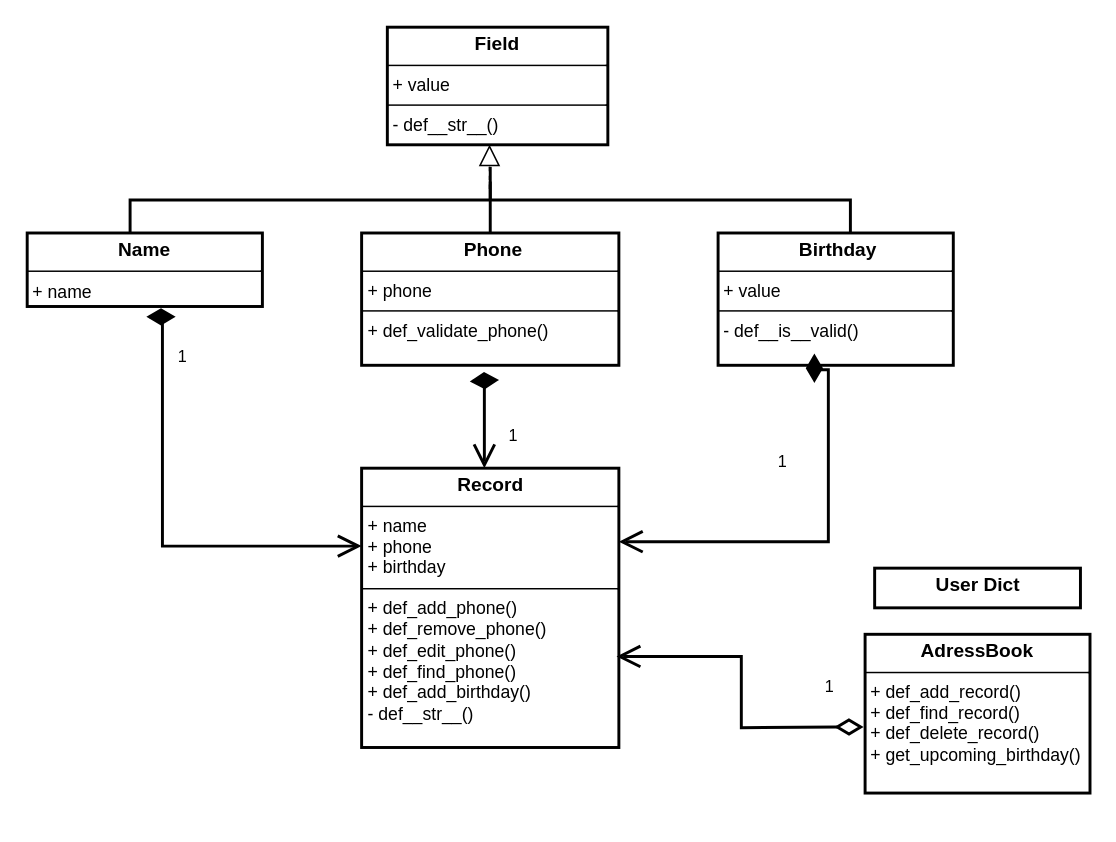
Before: GOIT-ALGO-HW-05/GOIT-ALGO-HW-07/Диаграмма без названия.drawio in AlinaRybchuk/GOIT-AlGO-HW-3, a draw.io diagram. Source tidied: cells renumbered, new cells numbered last; positions are measured from the earlier drawing's top-left corner, leaving out a move shared by most shapes. Both pictures are drawn from the tidied source at 147%, with x=0, y=0 at pixel (26, 26).
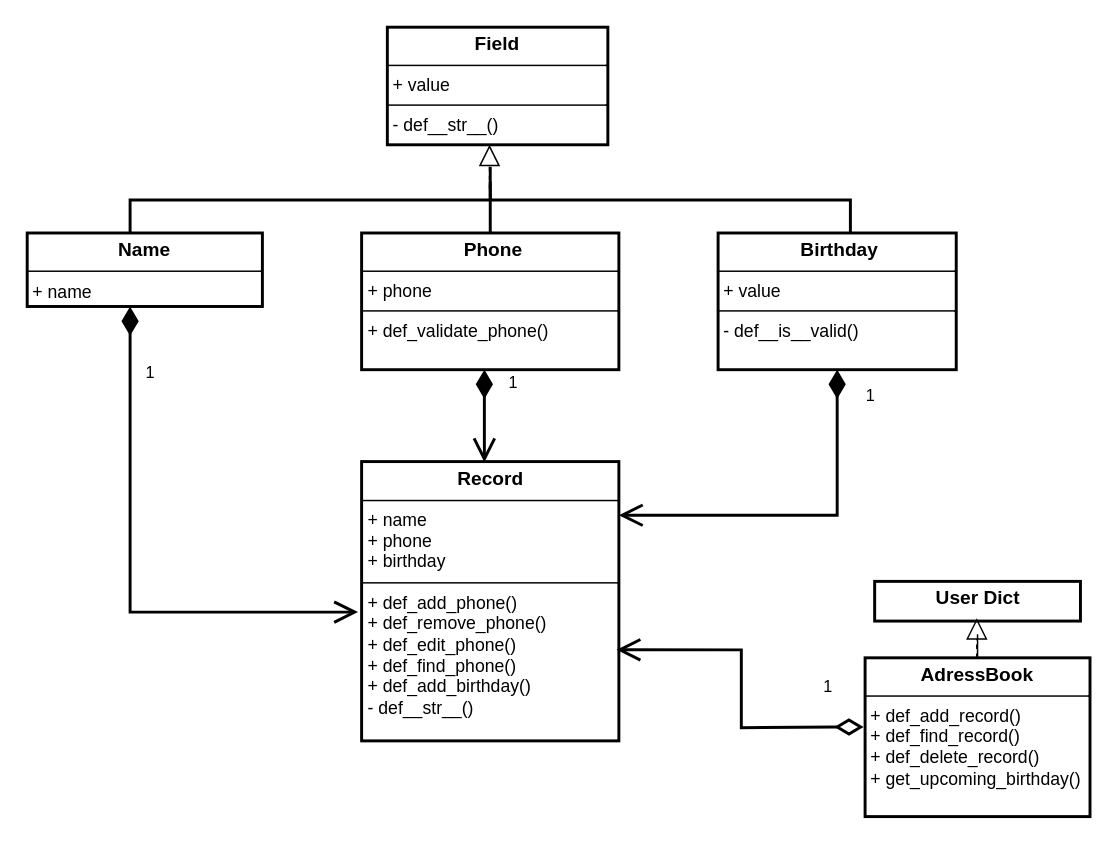
The same page after the edit.

Commit message:
UML_Diagram_Class

Change to the diagram source:
```diff
@@
     <mxCell id="5" value="&lt;p style=&quot;margin:0px;margin-top:4px;text-align:center;&quot;&gt;&lt;b style=&quot;font-size: 13px;&quot;&gt;&amp;nbsp;Phone&lt;/b&gt;&lt;/p&gt;&lt;hr size=&quot;1&quot; style=&quot;border-style:solid;&quot;&gt;&lt;p style=&quot;margin:0px;margin-left:4px;&quot;&gt;+ phone&lt;/p&gt;&lt;hr size=&quot;1&quot; style=&quot;border-style:solid;&quot;&gt;&lt;p style=&quot;margin:0px;margin-left:4px;&quot;&gt;+ def_validate_phone()&lt;/p&gt;" style="verticalAlign=top;align=left;overflow=fill;html=1;whiteSpace=wrap;strokeWidth=2;" parent="1" vertex="1">
-      <mxGeometry x="227.5" y="140" width="175" height="90" as="geometry" />
+      <mxGeometry x="227.5" y="140" width="175" height="93" as="geometry" />
     </mxCell>
     <mxCell id="6" value="&lt;p style=&quot;margin:0px;margin-top:4px;text-align:center;&quot;&gt;&lt;b style=&quot;font-size: 13px;&quot;&gt;&amp;nbsp;Birthday&lt;/b&gt;&lt;/p&gt;&lt;hr size=&quot;1&quot; style=&quot;border-style:solid;&quot;&gt;&lt;p style=&quot;margin:0px;margin-left:4px;&quot;&gt;+ value&lt;/p&gt;&lt;hr size=&quot;1&quot; style=&quot;border-style:solid;&quot;&gt;&lt;p style=&quot;margin:0px;margin-left:4px;&quot;&gt;- def__is__valid()&lt;/p&gt;" style="verticalAlign=top;align=left;overflow=fill;html=1;whiteSpace=wrap;strokeWidth=2;" parent="1" vertex="1">
-      <mxGeometry x="470" y="140" width="160" height="90" as="geometry" />
+      <mxGeometry x="470" y="140" width="162" height="93" as="geometry" />
     </mxCell>
@@
     <mxCell id="10" value="&lt;p style=&quot;margin:0px;margin-top:4px;text-align:center;&quot;&gt;&lt;b style=&quot;font-size: 13px;&quot;&gt;Record&lt;/b&gt;&lt;/p&gt;&lt;hr size=&quot;1&quot; style=&quot;border-style:solid;&quot;&gt;&lt;p style=&quot;margin:0px;margin-left:4px;&quot;&gt;+ name&lt;/p&gt;&lt;p style=&quot;margin:0px;margin-left:4px;&quot;&gt;+ phone&lt;/p&gt;&lt;p style=&quot;margin:0px;margin-left:4px;&quot;&gt;+ birthday&lt;/p&gt;&lt;hr size=&quot;1&quot; style=&quot;border-style:solid;&quot;&gt;&lt;p style=&quot;margin:0px;margin-left:4px;&quot;&gt;+ def_add_phone()&lt;/p&gt;&lt;p style=&quot;margin:0px;margin-left:4px;&quot;&gt;+ def_remove_phone()&lt;/p&gt;&lt;p style=&quot;margin:0px;margin-left:4px;&quot;&gt;+ def_edit_phone()&lt;/p&gt;&lt;p style=&quot;margin:0px;margin-left:4px;&quot;&gt;+ def_find_phone()&lt;/p&gt;&lt;p style=&quot;margin:0px;margin-left:4px;&quot;&gt;+ def_add_birthday()&lt;/p&gt;&lt;p style=&quot;margin:0px;margin-left:4px;&quot;&gt;- def__str__()&lt;/p&gt;" style="verticalAlign=top;align=left;overflow=fill;html=1;whiteSpace=wrap;strokeWidth=2;" parent="1" vertex="1">
-      <mxGeometry x="227.5" y="300" width="175" height="190" as="geometry" />
+      <mxGeometry x="227.5" y="295.5" width="175" height="190" as="geometry" />
     </mxCell>
-    <mxCell id="11" value="1" style="endArrow=open;html=1;endSize=12;startArrow=diamondThin;startSize=14;startFill=1;edgeStyle=orthogonalEdgeStyle;align=left;verticalAlign=bottom;rounded=0;strokeWidth=2;" parent="1" edge="1">
-      <mxGeometry x="0.62" y="15" relative="1" as="geometry">
-        <mxPoint x="321" y="240" as="sourcePoint" />
-        <mxPoint x="311" y="300" as="targetPoint" />
-      </mxGeometry>
-    </mxCell>
-    <mxCell id="12" value="1" style="endArrow=open;html=1;endSize=12;startArrow=diamondThin;startSize=14;startFill=1;edgeStyle=orthogonalEdgeStyle;align=left;verticalAlign=bottom;rounded=0;strokeWidth=2;" parent="1" edge="1">
-      <mxGeometry x="0.24" y="-45" relative="1" as="geometry">
-        <mxPoint x="535.5" y="242" as="sourcePoint" />
-        <mxPoint x="402.5" y="350" as="targetPoint" />
-        <Array as="points">
-          <mxPoint x="536" y="233" />
-          <mxPoint x="545" y="233" />
-          <mxPoint x="545" y="350" />
-        </Array>
-      </mxGeometry>
-    </mxCell>
-    <mxCell id="13" value="1" style="endArrow=open;html=1;endSize=12;startArrow=diamondThin;startSize=14;startFill=1;edgeStyle=orthogonalEdgeStyle;align=left;verticalAlign=bottom;rounded=0;strokeWidth=2;" parent="1" edge="1" target="10">
+    <mxCell id="13" value="1" style="endArrow=open;html=1;endSize=12;startArrow=diamondThin;startSize=14;startFill=1;edgeStyle=orthogonalEdgeStyle;align=left;verticalAlign=bottom;rounded=0;strokeWidth=2;entryX=-0.014;entryY=0.539;entryDx=0;entryDy=0;entryPerimeter=0;" parent="1" edge="1" target="10">
       <mxGeometry x="-0.7" y="9" relative="1" as="geometry">
-        <mxPoint x="101" y="197" as="sourcePoint" />
+        <mxPoint x="70" y="190" as="sourcePoint" />
         <Array as="points">
-          <mxPoint x="92" y="197" />
-          <mxPoint x="92" y="353" />
+          <mxPoint x="70" y="398" />
         </Array>
       </mxGeometry>
     </mxCell>
     <mxCell id="14" value="&lt;p style=&quot;margin:0px;margin-top:4px;text-align:center;&quot;&gt;&lt;b style=&quot;font-size: 13px;&quot;&gt;AdressBook&lt;/b&gt;&lt;/p&gt;&lt;hr size=&quot;1&quot; style=&quot;border-style:solid;&quot;&gt;&lt;p style=&quot;margin:0px;margin-left:4px;&quot;&gt;+ def_add_record()&lt;/p&gt;&lt;p style=&quot;margin:0px;margin-left:4px;&quot;&gt;+ def_find_record()&lt;/p&gt;&lt;p style=&quot;margin:0px;margin-left:4px;&quot;&gt;+ def_delete_record()&lt;br&gt;+ get_upcoming_birthday()&lt;/p&gt;" style="verticalAlign=top;align=left;overflow=fill;html=1;whiteSpace=wrap;strokeWidth=2;" parent="1" vertex="1">
-      <mxGeometry x="570" y="413" width="153" height="108" as="geometry" />
+      <mxGeometry x="570" y="429" width="153" height="108" as="geometry" />
     </mxCell>
     <mxCell id="15" value="&lt;p style=&quot;margin:0px;margin-top:4px;text-align:center;&quot;&gt;&lt;b style=&quot;font-size: 13px;&quot;&gt;User Dict&lt;/b&gt;&lt;/p&gt;&lt;p style=&quot;margin:0px;margin-top:4px;text-align:center;&quot;&gt;&lt;b&gt;&lt;br&gt;&lt;/b&gt;&lt;/p&gt;&lt;p style=&quot;margin:0px;margin-top:4px;text-align:center;&quot;&gt;&lt;b&gt;&lt;br&gt;&lt;/b&gt;&lt;/p&gt;&lt;hr size=&quot;1&quot; style=&quot;border-style:solid;&quot;&gt;&lt;div style=&quot;height:2px;&quot;&gt;&lt;/div&gt;&lt;hr size=&quot;1&quot; style=&quot;border-style:solid;&quot;&gt;&lt;div style=&quot;height:2px;&quot;&gt;&lt;/div&gt;" style="verticalAlign=top;align=left;overflow=fill;html=1;whiteSpace=wrap;strokeWidth=2;" parent="1" vertex="1">
-      <mxGeometry x="576.5" y="368" width="140" height="27" as="geometry" />
+      <mxGeometry x="576.5" y="377" width="140" height="27" as="geometry" />
     </mxCell>
@@
+    <mxCell id="17" style="endArrow=block;dashed=1;endFill=0;endSize=12;html=1;rounded=0;" parent="1" edge="1">
+      <mxGeometry relative="1" as="geometry">
+        <mxPoint x="646" y="429" as="sourcePoint" />
+        <mxPoint x="646" y="402" as="targetPoint" />
+      </mxGeometry>
+    </mxCell>
+    <mxCell id="18" style="line;strokeWidth=1;fillColor=none;align=left;verticalAlign=middle;spacingTop=-1;spacingLeft=3;spacingRight=3;labelPosition=right;strokeColor=inherit;direction=south;" parent="1" vertex="1">
+      <mxGeometry x="642.5" y="413" width="8" height="16" as="geometry" />
+    </mxCell>
+    <mxCell id="19" value="1" style="endArrow=open;html=1;endSize=12;startArrow=diamondThin;startSize=14;startFill=1;edgeStyle=orthogonalEdgeStyle;align=left;verticalAlign=bottom;rounded=0;strokeWidth=2;" parent="1" edge="1" source="6" target="10">
+      <mxGeometry x="-0.78" y="18" relative="1" as="geometry">
+        <Array as="points">
+          <mxPoint x="551" y="332" />
+        </Array>
+      </mxGeometry>
+    </mxCell>
+    <mxCell id="20" value="1" style="endArrow=open;html=1;endSize=12;startArrow=diamondThin;startSize=14;startFill=1;edgeStyle=orthogonalEdgeStyle;align=left;verticalAlign=bottom;rounded=0;strokeWidth=2;" parent="1" edge="1">
+      <mxGeometry x="-0.43" y="15" relative="1" as="geometry">
+        <mxPoint x="311" y="233" as="sourcePoint" />
+        <mxPoint x="311" y="296" as="targetPoint" />
+      </mxGeometry>
+    </mxCell>
```
